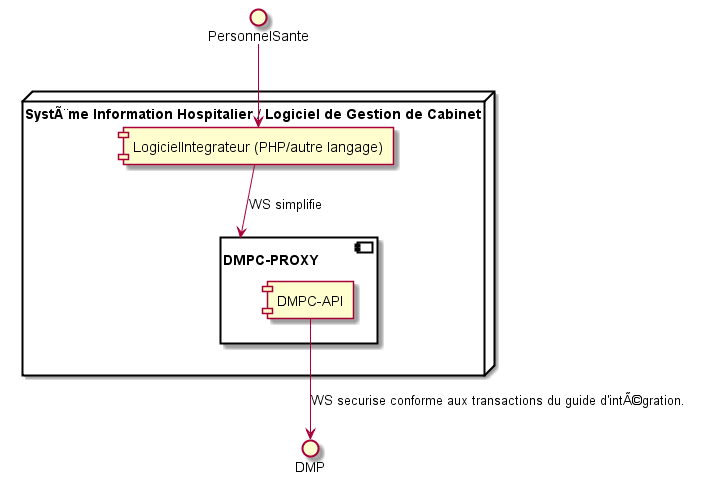
Above: plantuml/proxywsArchi.png in DEVCOOP/dmpc (PlantUML), before the change. The source it was exported from:
```plantuml
@startuml
node "Système Information Hospitalier / Logiciel de Gestion de Cabinet" {
    component "LogicielIntegrateur (PHP/autre langage)" as LogicielIntegrateur
    component "DMPC-PROXY" as DMPC_Proxy {
        component "DMPC-API" as DMPC_API
    }
}
LogicielIntegrateur  -r-> DMPC_Proxy : WS simplifie
PersonnelSante -r-> LogicielIntegrateur
DMPC_API -r-> DMP : WS securise conforme aux transactions du guide d'intégration.
@enduml
```
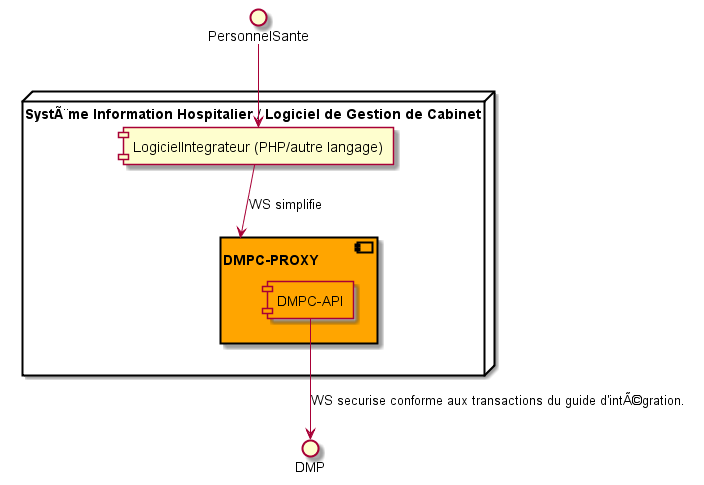
Above is the later version.

Change to the diagram source:
```diff
@@ -1,8 +1,8 @@
 @startuml
 node "Système Information Hospitalier / Logiciel de Gestion de Cabinet" {
     component "LogicielIntegrateur (PHP/autre langage)" as LogicielIntegrateur
-    component "DMPC-PROXY" as DMPC_Proxy {
-        component "DMPC-API" as DMPC_API
+    component "DMPC-PROXY" as DMPC_Proxy #orange{
+        component "DMPC-API" as DMPC_API #orange
     }
 }
 LogicielIntegrateur  -r-> DMPC_Proxy : WS simplifie
```
